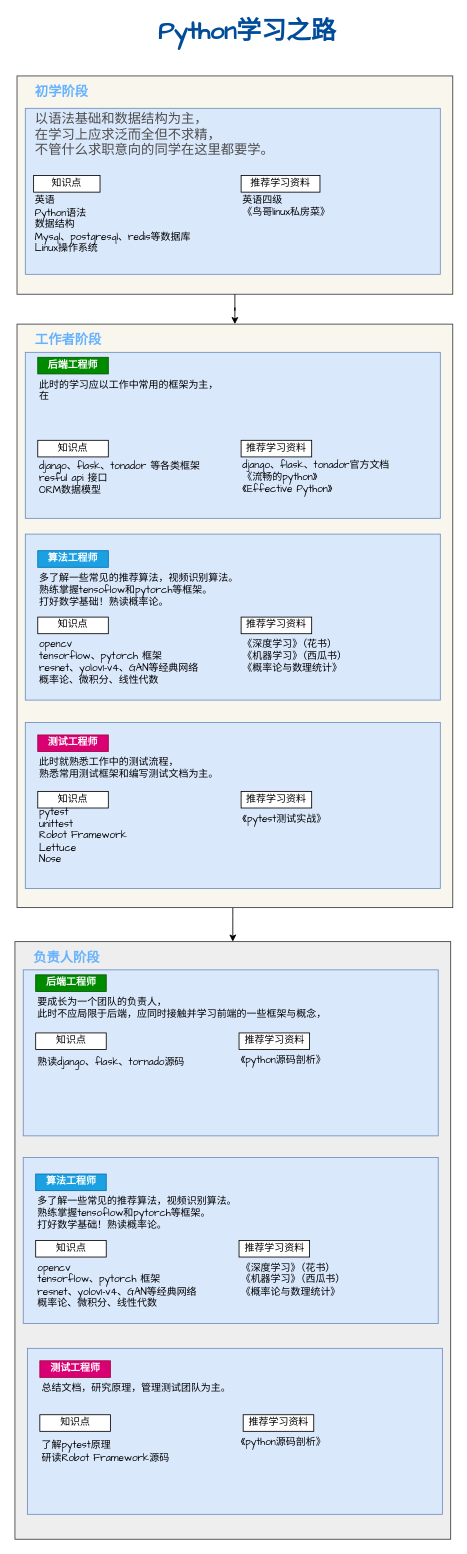
Earlier version of the draw.io diagram Untitled Diagram.drawio (lalawila/chaorencode). Source tidied: cells renumbered, new cells numbered last; positions are measured from the earlier drawing's top-left corner, leaving out a move shared by most shapes. Both pictures are drawn from the tidied source at 83%, with x=0, y=0 at pixel (15, 22).
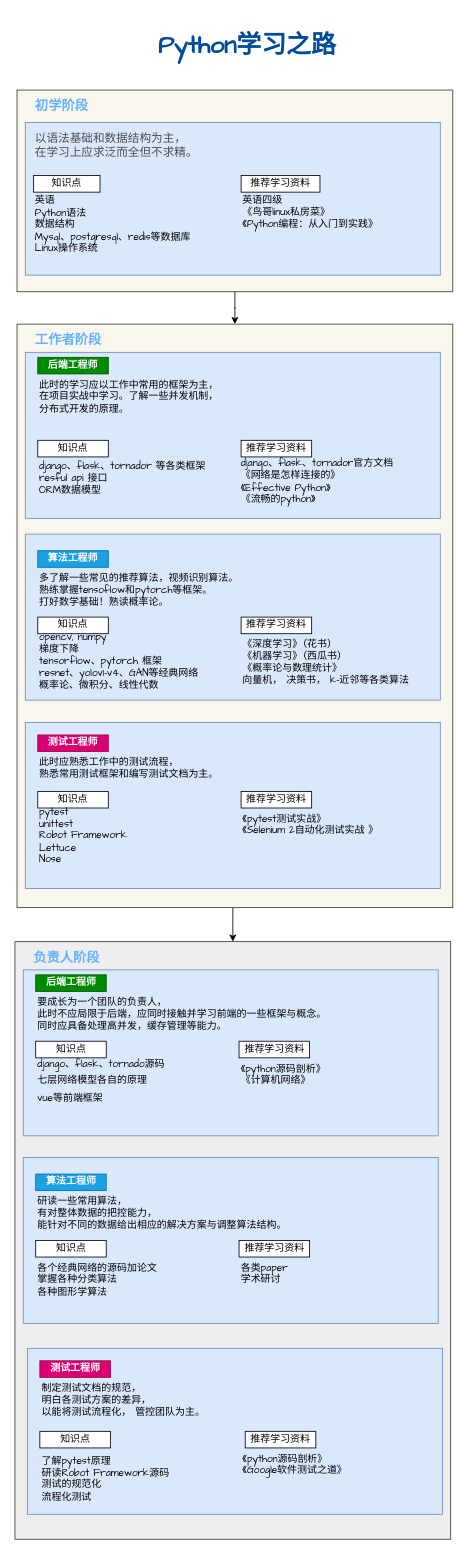
The same page after the edit.

What changed in the source:
```diff
@@
     <mxCell id="2" style="rounded=0;whiteSpace=wrap;html=1;fillColor=#f9f7ed;strokeColor=#36393d;fontFamily=Comic Sans MS;" parent="1" vertex="1">
-      <mxGeometry x="2" y="64" width="525" height="263" as="geometry" />
+      <mxGeometry x="2" y="81" width="525" height="243" as="geometry" />
     </mxCell>
     <mxCell id="3" style="rounded=0;whiteSpace=wrap;html=1;align=left;fillColor=#dae8fc;strokeColor=#6c8ebf;fontFamily=Comic Sans MS;" parent="1" vertex="1">
-      <mxGeometry x="12" y="103" width="500" height="200" as="geometry" />
+      <mxGeometry x="12" y="120" width="500" height="184" as="geometry" />
     </mxCell>
@@
     <mxCell id="10" value="初学阶段" style="text;html=1;align=left;verticalAlign=middle;whiteSpace=wrap;rounded=0;fontSize=16;fontStyle=1;fontColor=#66B2FF;fontFamily=Comic Sans MS;" parent="1" vertex="1">
-      <mxGeometry x="22" y="74" width="140" height="20" as="geometry" />
+      <mxGeometry x="22" y="91" width="140" height="20" as="geometry" />
     </mxCell>
     <mxCell id="11" value="&lt;font size=&quot;1&quot; color=&quot;#004C99&quot;&gt;&lt;b style=&quot;font-size: 30px&quot;&gt;Python学习之路&lt;/b&gt;&lt;/font&gt;" style="text;html=1;strokeColor=none;fillColor=none;align=center;verticalAlign=middle;whiteSpace=wrap;rounded=0;fontFamily=Comic Sans MS;" parent="1" vertex="1">
-      <mxGeometry x="102" width="355" height="20" as="geometry" />
+      <mxGeometry x="102" y="17" width="355" height="20" as="geometry" />
     </mxCell>
-    <mxCell id="12" value="&lt;p style=&quot;line-height: 120%&quot;&gt;以语法基础和数据结构为主，&lt;br&gt;在学习上应求泛而全但不求精，&lt;br&gt;不管什么求职意向的同学在这里都要学。&lt;/p&gt;" style="text;fillColor=none;align=left;verticalAlign=top;whiteSpace=wrap;rounded=0;fontSize=16;horizontal=1;labelPosition=center;verticalLabelPosition=middle;spacing=2;fontColor=#4D4D4D;labelBackgroundColor=none;spacingTop=0;fontStyle=0;html=1;fontFamily=Comic Sans MS;" parent="1" vertex="1">
-      <mxGeometry x="22" y="84" width="400" height="100" as="geometry" />
+    <mxCell id="12" value="&lt;p style=&quot;line-height: 120% ; font-size: 14px&quot;&gt;以语法基础和数据结构为主，&lt;br style=&quot;font-size: 14px&quot;&gt;在学习上应求泛而全但不求精。&lt;/p&gt;" style="text;fillColor=none;align=left;verticalAlign=top;whiteSpace=wrap;rounded=0;fontSize=14;horizontal=1;labelPosition=center;verticalLabelPosition=middle;spacing=2;fontColor=#4D4D4D;labelBackgroundColor=none;spacingTop=0;fontStyle=0;html=1;fontFamily=Comic Sans MS;" parent="1" vertex="1">
+      <mxGeometry x="22" y="111" width="400" height="100" as="geometry" />
     </mxCell>
@@
-    <mxCell id="19" value="&lt;div&gt;此时的学习应以工作中常用的框架为主，&lt;/div&gt;&lt;div&gt;在&lt;br&gt;&lt;/div&gt;" style="text;html=1;strokeColor=none;fillColor=none;align=left;verticalAlign=top;whiteSpace=wrap;rounded=0;fontFamily=Comic Sans MS;" parent="1" vertex="1">
+    <mxCell id="19" value="&lt;div&gt;此时的学习应以工作中常用的框架为主，&lt;/div&gt;&lt;div&gt;在项目实战中学习。了解一些并发机制，&lt;/div&gt;&lt;div&gt;分布式开发的原理。&lt;br&gt;&lt;/div&gt;" style="text;html=1;strokeColor=none;fillColor=none;align=left;verticalAlign=top;whiteSpace=wrap;rounded=0;fontFamily=Comic Sans MS;" parent="1" vertex="1">
       <mxGeometry x="27" y="423" width="375" height="60" as="geometry" />
     </mxCell>
-    <mxCell id="20" value="&lt;div&gt;英语四级&lt;br&gt;&lt;/div&gt;&lt;div&gt;《鸟哥linux私房菜》&lt;/div&gt;&lt;div&gt;&lt;br&gt;&lt;/div&gt;" style="text;strokeColor=none;fillColor=none;align=left;verticalAlign=middle;whiteSpace=wrap;rounded=0;html=1;fontFamily=Comic Sans MS;" parent="1" vertex="1">
+    <mxCell id="20" value="&lt;div&gt;英语四级&lt;br&gt;&lt;/div&gt;&lt;div&gt;《鸟哥linux私房菜》&lt;/div&gt;&lt;div&gt;《Python编程：从入门到实践》&lt;br&gt;&lt;/div&gt;" style="text;strokeColor=none;fillColor=none;align=left;verticalAlign=middle;whiteSpace=wrap;rounded=0;html=1;fontFamily=Comic Sans MS;" parent="1" vertex="1">
       <mxGeometry x="272" y="204" width="195" height="50" as="geometry" />
     </mxCell>
@@
-    <mxCell id="22" value="&lt;p style=&quot;line-height: 120%&quot;&gt;django、flask、tonador 等各类框架&lt;br&gt;resful api 接口&lt;br&gt;ORM数据模型&lt;br&gt;&lt;br&gt;&lt;br&gt;&lt;br&gt;&lt;br&gt;&lt;/p&gt;" style="text;strokeColor=none;fillColor=none;align=left;verticalAlign=middle;whiteSpace=wrap;rounded=0;&#10;lineHeight=20px;labelBorderColor=none;html=1;fontFamily=Comic Sans MS;" parent="1" vertex="1">
+    <mxCell id="22" value="&lt;p style=&quot;line-height: 120%&quot;&gt;django、flask、tornador 等各类框架&lt;br&gt;resful api 接口&lt;br&gt;ORM数据模型&lt;br&gt;&lt;br&gt;&lt;br&gt;&lt;br&gt;&lt;br&gt;&lt;/p&gt;" style="text;strokeColor=none;fillColor=none;align=left;verticalAlign=middle;whiteSpace=wrap;rounded=0;&#10;lineHeight=20px;labelBorderColor=none;html=1;fontFamily=Comic Sans MS;" parent="1" vertex="1">
       <mxGeometry x="27" y="523" width="235" height="110" as="geometry" />
     </mxCell>
-    <mxCell id="23" value="&lt;div&gt;django、flask、tonador官方文档&lt;/div&gt;&lt;div&gt;《流畅的python》&lt;/div&gt;《Effective Python》" style="text;strokeColor=none;fillColor=none;align=left;verticalAlign=middle;whiteSpace=wrap;rounded=0;&#10;lineHeight=20px;labelBorderColor=none;html=1;fontFamily=Comic Sans MS;" parent="1" vertex="1">
-      <mxGeometry x="272" y="523" width="235" height="50" as="geometry" />
+    <mxCell id="23" value="&lt;div&gt;django、flask、tornador官方文档&lt;/div&gt;&lt;div&gt;《网络是怎样连接的》&lt;br&gt;&lt;/div&gt;&lt;div&gt;《Effective Python》&lt;/div&gt;&lt;div&gt;《流畅的python》&lt;/div&gt;" style="text;strokeColor=none;fillColor=none;align=left;verticalAlign=middle;whiteSpace=wrap;rounded=0;&#10;lineHeight=20px;labelBorderColor=none;html=1;fontFamily=Comic Sans MS;" parent="1" vertex="1">
+      <mxGeometry x="269.5" y="528" width="235" height="50" as="geometry" />
     </mxCell>
@@
-    <mxCell id="28" value="&lt;div&gt;opencv&lt;/div&gt;&lt;div&gt;tensorflow、pytorch 框架&lt;br&gt;&lt;/div&gt;&lt;div&gt;resnet、yolov1-v4、GAN等经典网络&lt;/div&gt;&lt;div&gt;概率论、微积分、线性代数&lt;br&gt;&lt;/div&gt;" style="text;strokeColor=none;fillColor=none;align=left;verticalAlign=top;whiteSpace=wrap;rounded=0;&#10;lineHeight=20px;labelBorderColor=none;html=1;fontFamily=Comic Sans MS;" parent="1" vertex="1">
-      <mxGeometry x="27" y="736" width="205" height="80" as="geometry" />
+    <mxCell id="28" value="&lt;div&gt;opencv, numpy&lt;br&gt;&lt;/div&gt;&lt;div&gt;梯度下降&lt;br&gt;&lt;/div&gt;&lt;div&gt;tensorflow、pytorch 框架&lt;br&gt;&lt;/div&gt;&lt;div&gt;resnet、yolov1-v4、GAN等经典网络&lt;/div&gt;&lt;div&gt;概率论、微积分、线性代数&lt;br&gt;&lt;/div&gt;" style="text;strokeColor=none;fillColor=none;align=left;verticalAlign=top;whiteSpace=wrap;rounded=0;&#10;lineHeight=20px;labelBorderColor=none;html=1;fontFamily=Comic Sans MS;" parent="1" vertex="1">
+      <mxGeometry x="27" y="727" width="205" height="80" as="geometry" />
     </mxCell>
-    <mxCell id="29" value="&lt;div&gt;《深度学习》（花书）&lt;/div&gt;&lt;div&gt;《机器学习》（西瓜书）&lt;/div&gt;&lt;div&gt;《概率论与数理统计》&lt;br&gt;&lt;/div&gt;" style="text;strokeColor=none;fillColor=none;align=left;verticalAlign=top;whiteSpace=wrap;rounded=0;&#10;lineHeight=20px;labelBorderColor=none;html=1;fontFamily=Comic Sans MS;" parent="1" vertex="1">
+    <mxCell id="29" value="&lt;div&gt;《深度学习》（花书）&lt;/div&gt;&lt;div&gt;《机器学习》（西瓜书）&lt;/div&gt;&lt;div&gt;《概率论与数理统计》&lt;/div&gt;&lt;div&gt;向量机， 决策书， k-近邻等各类算法&lt;br&gt;&lt;/div&gt;" style="text;strokeColor=none;fillColor=none;align=left;verticalAlign=top;whiteSpace=wrap;rounded=0;&#10;lineHeight=20px;labelBorderColor=none;html=1;fontFamily=Comic Sans MS;" parent="1" vertex="1">
       <mxGeometry x="272" y="736" width="235" height="80" as="geometry" />
     </mxCell>
@@
-    <mxCell id="33" value="&lt;div&gt;此时就熟悉工作中的测试流程，&lt;/div&gt;&lt;div&gt;熟悉常用测试框架和编写测试文档为主。&lt;br&gt;&lt;/div&gt;" style="text;html=1;strokeColor=none;fillColor=none;align=left;verticalAlign=top;whiteSpace=wrap;rounded=0;fontFamily=Comic Sans MS;" parent="1" vertex="1">
+    <mxCell id="33" value="&lt;div&gt;此时应熟悉工作中的测试流程，&lt;/div&gt;&lt;div&gt;熟悉常用测试框架和编写测试文档为主。&lt;br&gt;&lt;/div&gt;" style="text;html=1;strokeColor=none;fillColor=none;align=left;verticalAlign=top;whiteSpace=wrap;rounded=0;fontFamily=Comic Sans MS;" parent="1" vertex="1">
       <mxGeometry x="27" y="878" width="375" height="60" as="geometry" />
     </mxCell>
@@
-    <mxCell id="35" value="《pytest测试实战》" style="text;strokeColor=none;fillColor=none;align=left;verticalAlign=top;whiteSpace=wrap;rounded=0;&#10;lineHeight=20px;labelBorderColor=none;html=1;fontFamily=Comic Sans MS;" parent="1" vertex="1">
+    <mxCell id="35" value="&lt;div&gt;《pytest测试实战》&lt;/div&gt;&lt;div&gt;《Selenium 2自动化测试实战 》&lt;br&gt;&lt;/div&gt;" style="text;strokeColor=none;fillColor=none;align=left;verticalAlign=top;whiteSpace=wrap;rounded=0;&#10;lineHeight=20px;labelBorderColor=none;html=1;fontFamily=Comic Sans MS;" parent="1" vertex="1">
       <mxGeometry x="272" y="946" width="235" height="50" as="geometry" />
     </mxCell>
@@
     <mxCell id="41" value="推荐学习资料" style="rounded=0;whiteSpace=wrap;html=1;fontFamily=Comic Sans MS;" parent="1" vertex="1">
-      <mxGeometry x="269.5" y="1217" width="85" height="20" as="geometry" />
+      <mxGeometry x="269.5" y="1227" width="85" height="20" as="geometry" />
     </mxCell>
@@
     <mxCell id="43" value="知识点" style="rounded=0;whiteSpace=wrap;html=1;fontFamily=Comic Sans MS;" parent="1" vertex="1">
-      <mxGeometry x="24.5" y="1217" width="85" height="20" as="geometry" />
+      <mxGeometry x="24.5" y="1227" width="85" height="20" as="geometry" />
     </mxCell>
-    <mxCell id="44" value="&lt;div&gt;要成长为一个团队的负责人，&lt;/div&gt;&lt;div&gt;此时不应局限于后端，应同时接触并学习前端的一些框架与概念，&lt;/div&gt;&lt;div&gt;&lt;br&gt;&lt;/div&gt;" style="text;html=1;strokeColor=none;fillColor=none;align=left;verticalAlign=top;whiteSpace=wrap;rounded=0;fontFamily=Comic Sans MS;" parent="1" vertex="1">
+    <mxCell id="44" value="&lt;div&gt;要成长为一个团队的负责人，&lt;/div&gt;&lt;div&gt;此时不应局限于后端，应同时接触并学习前端的一些框架与概念。&lt;/div&gt;&lt;div&gt;同时应具备处理高并发，缓存管理等能力。&lt;br&gt;&lt;/div&gt;" style="text;html=1;strokeColor=none;fillColor=none;align=left;verticalAlign=top;whiteSpace=wrap;rounded=0;fontFamily=Comic Sans MS;" parent="1" vertex="1">
       <mxGeometry x="24.5" y="1167" width="375" height="60" as="geometry" />
     </mxCell>
-    <mxCell id="45" value="&lt;p style=&quot;line-height: 120%&quot;&gt;熟读django、flask、tornado源码&lt;/p&gt;&lt;p style=&quot;line-height: 120%&quot;&gt; &lt;br&gt;&lt;br&gt;&lt;br&gt;&lt;br&gt;&lt;br&gt;&lt;/p&gt;" style="text;strokeColor=none;fillColor=none;align=left;verticalAlign=top;whiteSpace=wrap;rounded=0;&#10;lineHeight=20px;labelBorderColor=none;html=1;fontFamily=Comic Sans MS;" parent="1" vertex="1">
-      <mxGeometry x="24.5" y="1227" width="235" height="90" as="geometry" />
+    <mxCell id="45" value="&lt;p style=&quot;line-height: 0%&quot;&gt;django、flask、tornado源码&lt;/p&gt;&lt;p style=&quot;line-height: 120%&quot;&gt;七层网络模型各自的原理&lt;/p&gt;&lt;p style=&quot;line-height: 30%&quot;&gt;vue等前端框架&lt;br&gt;&lt;/p&gt;&lt;p style=&quot;line-height: 120%&quot;&gt;&lt;br&gt;&lt;br&gt;&lt;br&gt;&lt;/p&gt;" style="text;strokeColor=none;fillColor=none;align=left;verticalAlign=top;whiteSpace=wrap;rounded=0;&#10;lineHeight=20px;labelBorderColor=none;html=1;fontFamily=Comic Sans MS;" parent="1" vertex="1">
+      <mxGeometry x="24.5" y="1237" width="235" height="90" as="geometry" />
     </mxCell>
@@
-    <mxCell id="49" value="&lt;div&gt;多了解一些常见的推荐算法，视频识别算法。&lt;/div&gt;&lt;div&gt;熟练掌握tensoflow和pytorch等框架。&lt;/div&gt;&lt;div&gt;打好数学基础！熟读概率论。&lt;br&gt;&lt;/div&gt;" style="text;html=1;strokeColor=none;fillColor=none;align=left;verticalAlign=top;whiteSpace=wrap;rounded=0;fontFamily=Comic Sans MS;" parent="1" vertex="1">
+    <mxCell id="49" value="&lt;div&gt;研读一些常用算法，&lt;/div&gt;&lt;div&gt;有对整体数据的把控能力，&lt;/div&gt;&lt;div&gt;能针对不同的数据给出相应的解决方案与调整算法结构。&lt;br&gt;&lt;/div&gt;" style="text;html=1;strokeColor=none;fillColor=none;align=left;verticalAlign=top;whiteSpace=wrap;rounded=0;fontFamily=Comic Sans MS;" parent="1" vertex="1">
       <mxGeometry x="24.5" y="1407" width="375" height="80" as="geometry" />
     </mxCell>
-    <mxCell id="50" value="&lt;div&gt;opencv&lt;/div&gt;&lt;div&gt;tensorflow、pytorch 框架&lt;br&gt;&lt;/div&gt;&lt;div&gt;resnet、yolov1-v4、GAN等经典网络&lt;/div&gt;&lt;div&gt;概率论、微积分、线性代数&lt;br&gt;&lt;/div&gt;" style="text;strokeColor=none;fillColor=none;align=left;verticalAlign=top;whiteSpace=wrap;rounded=0;&#10;lineHeight=20px;labelBorderColor=none;html=1;fontFamily=Comic Sans MS;" parent="1" vertex="1">
-      <mxGeometry x="24.5" y="1487" width="205" height="80" as="geometry" />
+    <mxCell id="50" value="&lt;div&gt;各个经典网络的源码加论文&lt;/div&gt;&lt;div&gt;掌握各种分类算法&lt;/div&gt;&lt;div&gt;各种图形学算法&lt;br&gt;&lt;/div&gt;" style="text;strokeColor=none;fillColor=none;align=left;verticalAlign=top;whiteSpace=wrap;rounded=0;&#10;lineHeight=20px;labelBorderColor=none;html=1;fontFamily=Comic Sans MS;" parent="1" vertex="1">
+      <mxGeometry x="24.5" y="1487" width="205" height="60" as="geometry" />
     </mxCell>
-    <mxCell id="51" value="&lt;div&gt;《深度学习》（花书）&lt;/div&gt;&lt;div&gt;《机器学习》（西瓜书）&lt;/div&gt;&lt;div&gt;《概率论与数理统计》&lt;br&gt;&lt;/div&gt;" style="text;strokeColor=none;fillColor=none;align=left;verticalAlign=top;whiteSpace=wrap;rounded=0;&#10;lineHeight=20px;labelBorderColor=none;html=1;fontFamily=Comic Sans MS;" parent="1" vertex="1">
-      <mxGeometry x="269.5" y="1487" width="235" height="80" as="geometry" />
+    <mxCell id="51" value="&lt;div&gt;各类paper&lt;/div&gt;&lt;div&gt;学术研讨&lt;br&gt;&lt;/div&gt;" style="text;strokeColor=none;fillColor=none;align=left;verticalAlign=top;whiteSpace=wrap;rounded=0;&#10;lineHeight=20px;labelBorderColor=none;html=1;fontFamily=Comic Sans MS;" parent="1" vertex="1">
+      <mxGeometry x="269.5" y="1487" width="235" height="50" as="geometry" />
     </mxCell>
     <mxCell id="52" value="推荐学习资料" style="rounded=0;whiteSpace=wrap;html=1;fontFamily=Comic Sans MS;" parent="1" vertex="1">
-      <mxGeometry x="274.5" y="1677" width="85" height="20" as="geometry" />
+      <mxGeometry x="277" y="1697" width="85" height="20" as="geometry" />
     </mxCell>
@@
     <mxCell id="54" value="知识点" style="rounded=0;whiteSpace=wrap;html=1;fontFamily=Comic Sans MS;" parent="1" vertex="1">
-      <mxGeometry x="29.5" y="1677" width="85" height="20" as="geometry" />
+      <mxGeometry x="29.5" y="1697" width="85" height="20" as="geometry" />
     </mxCell>
-    <mxCell id="55" value="总结文档，研究原理，管理测试团队为主。" style="text;html=1;strokeColor=none;fillColor=none;align=left;verticalAlign=top;whiteSpace=wrap;rounded=0;fontFamily=Comic Sans MS;" parent="1" vertex="1">
+    <mxCell id="55" value="&lt;div&gt;制定测试文档的规范，&lt;/div&gt;&lt;div&gt;明白各测试方案的差异，&lt;/div&gt;&lt;div&gt;以能将测试流程化， 管控团队为主。&lt;br&gt;&lt;/div&gt;" style="text;html=1;strokeColor=none;fillColor=none;align=left;verticalAlign=top;whiteSpace=wrap;rounded=0;fontFamily=Comic Sans MS;" parent="1" vertex="1">
       <mxGeometry x="29.5" y="1632" width="375" height="60" as="geometry" />
     </mxCell>
-    <mxCell id="56" value="&lt;div&gt;了解pytest原理&lt;/div&gt;&lt;div&gt;研读Robot Framework源码&lt;/div&gt;" style="text;strokeColor=none;fillColor=none;align=left;verticalAlign=middle;whiteSpace=wrap;rounded=0;&#10;lineHeight=20px;labelBorderColor=none;html=1;fontFamily=Comic Sans MS;" parent="1" vertex="1">
-      <mxGeometry x="29.5" y="1697" width="235" height="50" as="geometry" />
+    <mxCell id="56" value="&lt;div&gt;了解pytest原理&lt;/div&gt;&lt;div&gt;研读Robot Framework源码&lt;/div&gt;&lt;div&gt;测试的规范化&lt;/div&gt;&lt;div&gt;流程化测试&lt;br&gt;&lt;/div&gt;&lt;div&gt;&lt;br&gt;&lt;/div&gt;" style="text;strokeColor=none;fillColor=none;align=left;verticalAlign=middle;whiteSpace=wrap;rounded=0;&#10;lineHeight=20px;labelBorderColor=none;html=1;fontFamily=Comic Sans MS;" parent="1" vertex="1">
+      <mxGeometry x="29.5" y="1727" width="235" height="70" as="geometry" />
     </mxCell>
-    <mxCell id="57" value="《python源码剖析》" style="text;strokeColor=none;fillColor=none;align=left;verticalAlign=top;whiteSpace=wrap;rounded=0;&#10;lineHeight=20px;labelBorderColor=none;html=1;fontFamily=Comic Sans MS;" parent="1" vertex="1">
-      <mxGeometry x="269.5" y="1237" width="235" height="50" as="geometry" />
+    <mxCell id="57" value="&lt;div&gt;《python源码剖析》&lt;/div&gt;&lt;div&gt;《计算机网络》&lt;/div&gt;" style="text;strokeColor=none;fillColor=none;align=left;verticalAlign=top;whiteSpace=wrap;rounded=0;&#10;lineHeight=20px;labelBorderColor=none;html=1;fontFamily=Comic Sans MS;" parent="1" vertex="1">
+      <mxGeometry x="269.5" y="1247" width="235" height="50" as="geometry" />
     </mxCell>
-    <mxCell id="58" value="《python源码剖析》" style="text;strokeColor=none;fillColor=none;align=left;verticalAlign=top;whiteSpace=wrap;rounded=0;&#10;lineHeight=20px;labelBorderColor=none;html=1;fontFamily=Comic Sans MS;" parent="1" vertex="1">
-      <mxGeometry x="269.5" y="1697" width="235" height="50" as="geometry" />
+    <mxCell id="58" value="&lt;div&gt;《python源码剖析》&lt;/div&gt;&lt;div&gt;《Google软件测试之道》&lt;br&gt;&lt;/div&gt;" style="text;strokeColor=none;fillColor=none;align=left;verticalAlign=top;whiteSpace=wrap;rounded=0;&#10;lineHeight=20px;labelBorderColor=none;html=1;fontFamily=Comic Sans MS;" parent="1" vertex="1">
+      <mxGeometry x="272" y="1717" width="235" height="50" as="geometry" />
     </mxCell>
```
